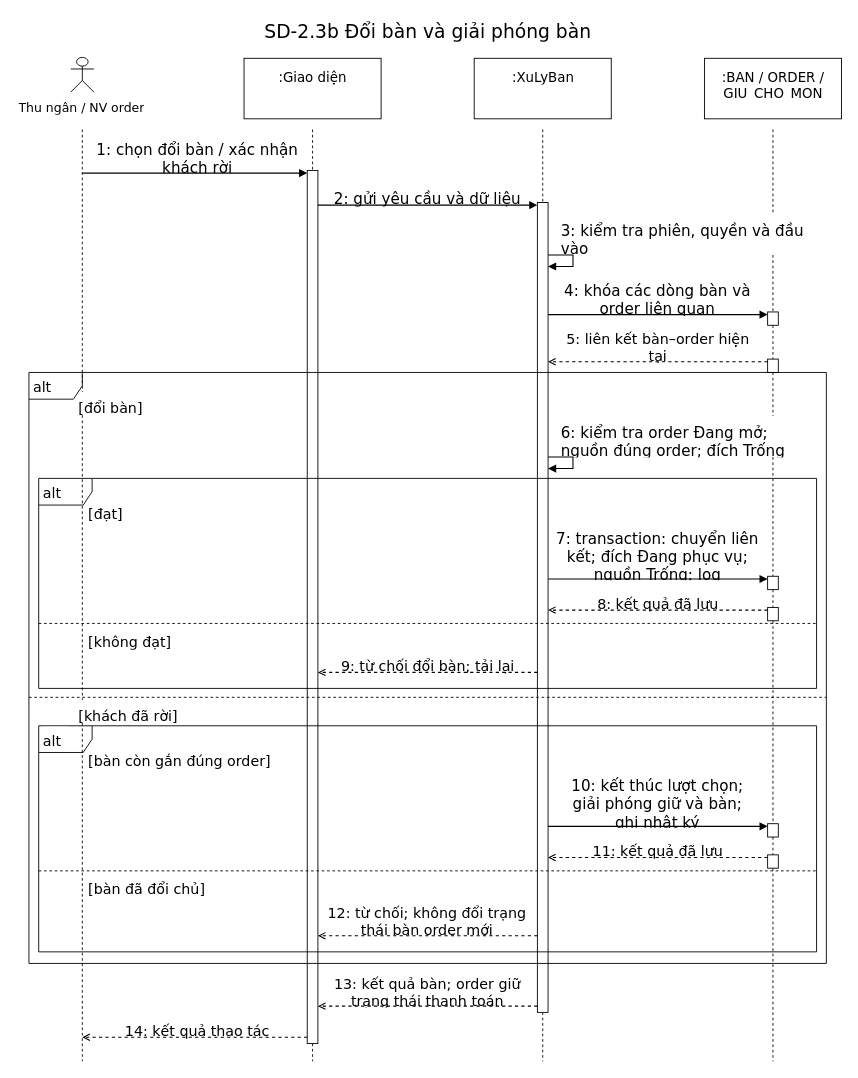
This is page "SD-2.3b. Đổi bàn và giải phóng bàn" (13 of 35) of docs/SequenceDiagram_HeThongQuanLyNhaHang.drawio from nminhzzz/restaurant-management-ai, a draw.io file, before an edit. Source tidied: cells renumbered, new cells numbered last; positions are measured from the earlier drawing's top-left corner, leaving out a move shared by most shapes. Both pictures are drawn from the tidied source at 89%, with x=0, y=0 at pixel (14, 15).
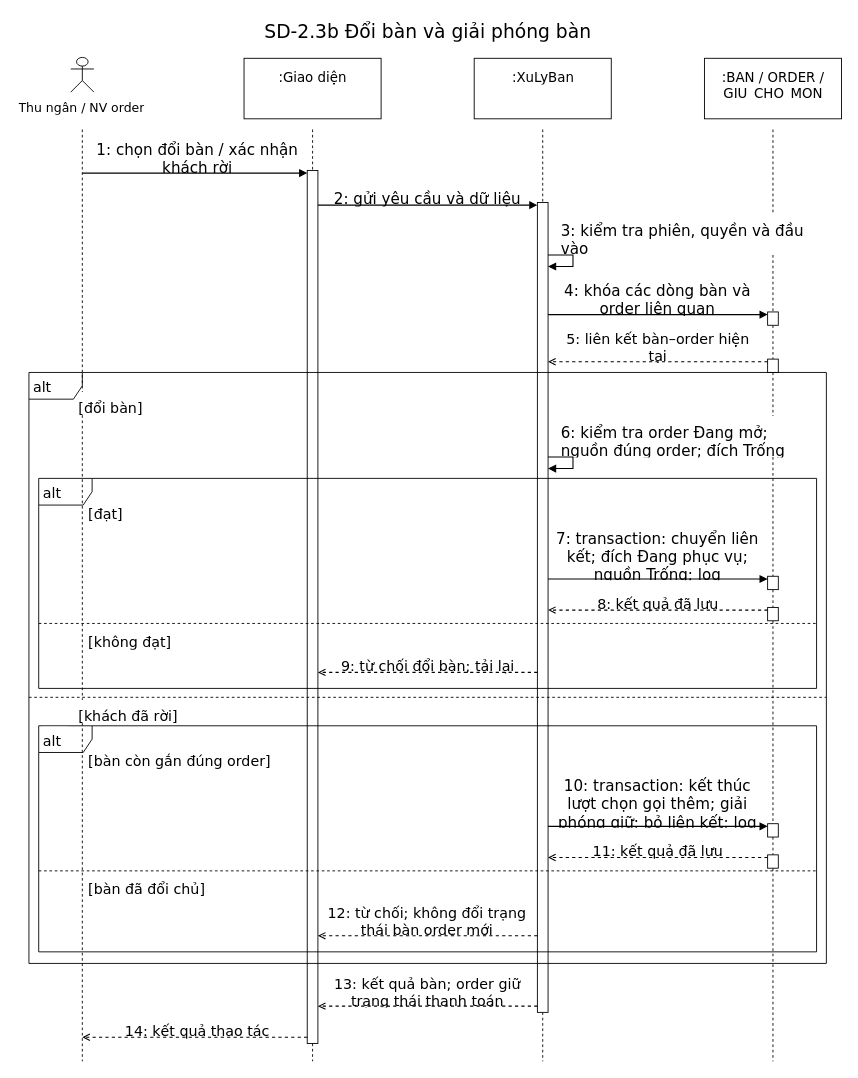
The same page after the edit.

The edit, as a diff of the source:
```diff
@@
-    <mxCell id="61" value="10: kết thúc lượt chọn;&#10;giải phóng giữ và bàn;&#10;ghi nhật ký" style="text;html=0;align=center;verticalAlign=top;whiteSpace=wrap;overflow=hidden;fontFamily=DejaVu Sans;fontSize=17;fontColor=#000000;fillColor=#FFFFFF;spacing=2;" parent="1" vertex="1">
+    <mxCell id="61" value="10: transaction: kết thúc&#10;lượt chọn gọi thêm; giải&#10;phóng giữ; bỏ liên kết; log" style="text;html=0;align=center;verticalAlign=top;whiteSpace=wrap;overflow=hidden;fontFamily=DejaVu Sans;fontSize=17;fontColor=#000000;fillColor=#FFFFFF;spacing=2;" parent="1" vertex="1">
       <mxGeometry x="606.1" y="849" width="233.1" height="61" as="geometry" />
     </mxCell>
```
